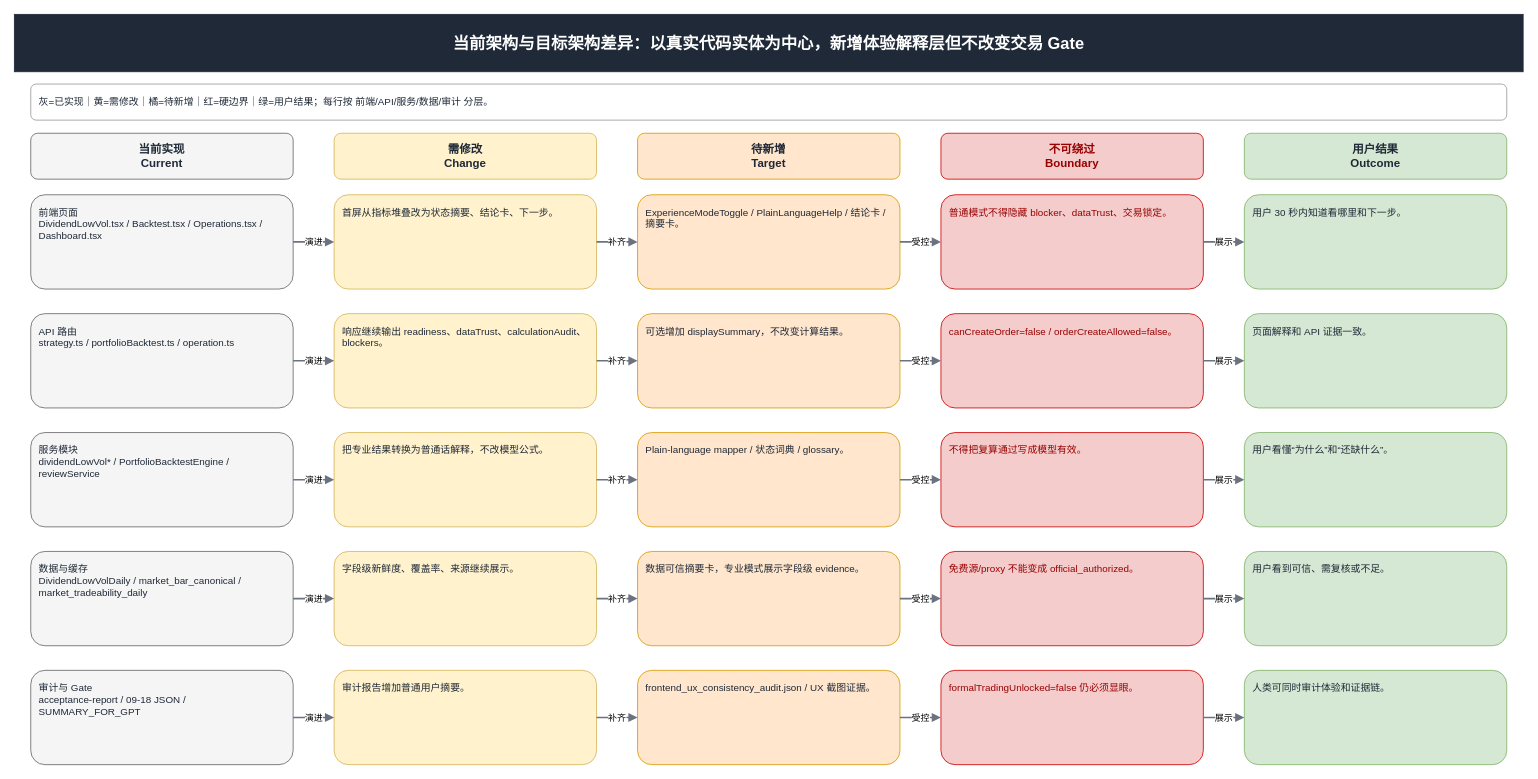
Above: page "02 当前架构与目标架构差异" (2 of 8) of docs/target-architecture-gap.drawio in ljx418/FAMS (draw.io), before the change. Source tidied: cells renumbered, new cells numbered last; positions are measured from the earlier drawing's top-left corner, leaving out a move shared by most shapes. Both pictures are drawn from the tidied source at 82%, with x=0, y=0 at pixel (14, 14).
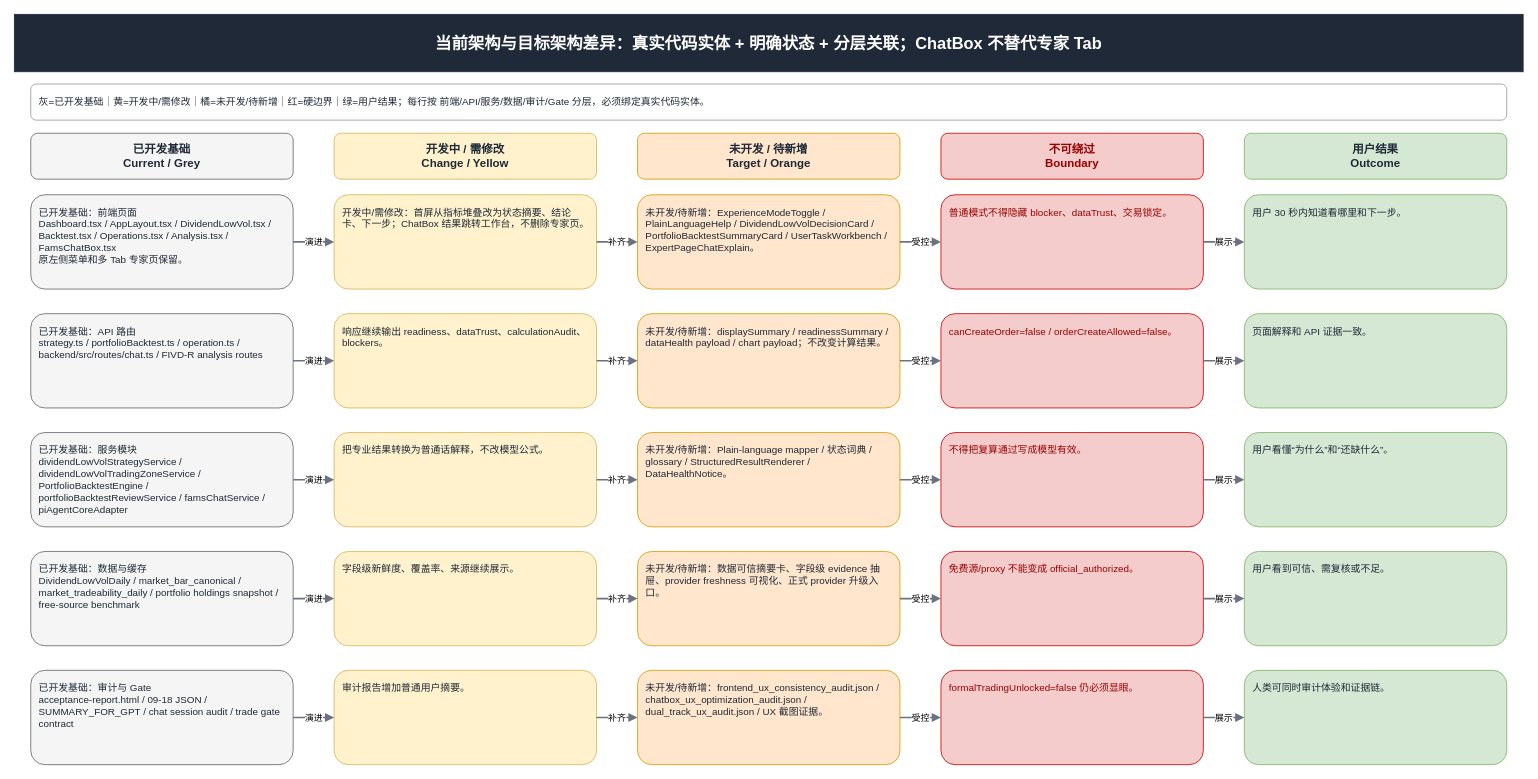
Above is the later version.

Change to the diagram source:
```diff
@@
-    <mxCell id="2" value="当前架构与目标架构差异：以真实代码实体为中心，新增体验解释层但不改变交易 Gate" style="rounded=0;whiteSpace=wrap;html=1;fillColor=#1f2937;strokeColor=#1f2937;fontColor=#ffffff;fontStyle=1;fontSize=20;align=center;verticalAlign=middle;" parent="1" vertex="1">
+    <mxCell id="2" value="当前架构与目标架构差异：真实代码实体 + 明确状态 + 分层关联；ChatBox 不替代专家 Tab" style="rounded=0;whiteSpace=wrap;html=1;fillColor=#1f2937;strokeColor=#1f2937;fontColor=#ffffff;fontStyle=1;fontSize=20;align=center;verticalAlign=middle;" parent="1" vertex="1">
       <mxGeometry width="1840" height="70" as="geometry" />
     </mxCell>
-    <mxCell id="3" value="灰=已实现｜黄=需修改｜橘=待新增｜红=硬边界｜绿=用户结果；每行按 前端/API/服务/数据/审计 分层。" style="rounded=1;whiteSpace=wrap;html=1;spacing=10;fontSize=12;align=left;verticalAlign=top;fillColor=#ffffff;strokeColor=#999999;fontColor=#1f2937;" parent="1" vertex="1">
+    <mxCell id="3" value="灰=已开发基础｜黄=开发中/需修改｜橘=未开发/待新增｜红=硬边界｜绿=用户结果；每行按 前端/API/服务/数据/审计/Gate 分层，必须绑定真实代码实体。" style="rounded=1;whiteSpace=wrap;html=1;spacing=10;fontSize=12;align=left;verticalAlign=top;fillColor=#ffffff;strokeColor=#999999;fontColor=#1f2937;" parent="1" vertex="1">
       <mxGeometry x="20" y="85" width="1800" height="44" as="geometry" />
     </mxCell>
-    <mxCell id="4" value="当前实现&#10;Current" style="rounded=1;whiteSpace=wrap;html=1;spacing=8;fontSize=14;fontStyle=1;align=center;verticalAlign=middle;fillColor=#f5f5f5;strokeColor=#666666;fontColor=#1f2937;" parent="1" vertex="1">
+    <mxCell id="4" value="已开发基础&#10;Current / Grey" style="rounded=1;whiteSpace=wrap;html=1;spacing=8;fontSize=14;fontStyle=1;align=center;verticalAlign=middle;fillColor=#f5f5f5;strokeColor=#666666;fontColor=#1f2937;" parent="1" vertex="1">
       <mxGeometry x="20" y="145" width="320" height="56" as="geometry" />
     </mxCell>
-    <mxCell id="5" value="需修改&#10;Change" style="rounded=1;whiteSpace=wrap;html=1;spacing=8;fontSize=14;fontStyle=1;align=center;verticalAlign=middle;fillColor=#fff2cc;strokeColor=#d6b656;fontColor=#1f2937;" parent="1" vertex="1">
+    <mxCell id="5" value="开发中 / 需修改&#10;Change / Yellow" style="rounded=1;whiteSpace=wrap;html=1;spacing=8;fontSize=14;fontStyle=1;align=center;verticalAlign=middle;fillColor=#fff2cc;strokeColor=#d6b656;fontColor=#1f2937;" parent="1" vertex="1">
       <mxGeometry x="390" y="145" width="320" height="56" as="geometry" />
     </mxCell>
-    <mxCell id="6" value="待新增&#10;Target" style="rounded=1;whiteSpace=wrap;html=1;spacing=8;fontSize=14;fontStyle=1;align=center;verticalAlign=middle;fillColor=#ffe6cc;strokeColor=#d79b00;fontColor=#1f2937;" parent="1" vertex="1">
+    <mxCell id="6" value="未开发 / 待新增&#10;Target / Orange" style="rounded=1;whiteSpace=wrap;html=1;spacing=8;fontSize=14;fontStyle=1;align=center;verticalAlign=middle;fillColor=#ffe6cc;strokeColor=#d79b00;fontColor=#1f2937;" parent="1" vertex="1">
       <mxGeometry x="760" y="145" width="320" height="56" as="geometry" />
     </mxCell>
@@
-    <mxCell id="9" value="前端页面&#10;DividendLowVol.tsx / Backtest.tsx / Operations.tsx / Dashboard.tsx" style="rounded=1;whiteSpace=wrap;html=1;spacing=10;fontSize=12;align=left;verticalAlign=top;fillColor=#f5f5f5;strokeColor=#666666;fontColor=#1f2937;" parent="1" vertex="1">
+    <mxCell id="9" value="已开发基础：前端页面&#10;Dashboard.tsx / AppLayout.tsx / DividendLowVol.tsx / Backtest.tsx / Operations.tsx / Analysis.tsx / FamsChatBox.tsx&#10;原左侧菜单和多 Tab 专家页保留。" style="rounded=1;whiteSpace=wrap;html=1;spacing=10;fontSize=12;align=left;verticalAlign=top;fillColor=#f5f5f5;strokeColor=#666666;fontColor=#1f2937;" parent="1" vertex="1">
       <mxGeometry x="20" y="220" width="320" height="115" as="geometry" />
     </mxCell>
-    <mxCell id="10" value="首屏从指标堆叠改为状态摘要、结论卡、下一步。" style="rounded=1;whiteSpace=wrap;html=1;spacing=10;fontSize=12;align=left;verticalAlign=top;fillColor=#fff2cc;strokeColor=#d6b656;fontColor=#1f2937;" parent="1" vertex="1">
+    <mxCell id="10" value="开发中/需修改：首屏从指标堆叠改为状态摘要、结论卡、下一步；ChatBox 结果跳转工作台，不删除专家页。" style="rounded=1;whiteSpace=wrap;html=1;spacing=10;fontSize=12;align=left;verticalAlign=top;fillColor=#fff2cc;strokeColor=#d6b656;fontColor=#1f2937;" parent="1" vertex="1">
       <mxGeometry x="390" y="220" width="320" height="115" as="geometry" />
     </mxCell>
-    <mxCell id="11" value="ExperienceModeToggle / PlainLanguageHelp / 结论卡 / 摘要卡。" style="rounded=1;whiteSpace=wrap;html=1;spacing=10;fontSize=12;align=left;verticalAlign=top;fillColor=#ffe6cc;strokeColor=#d79b00;fontColor=#1f2937;" parent="1" vertex="1">
+    <mxCell id="11" value="未开发/待新增：ExperienceModeToggle / PlainLanguageHelp / DividendLowVolDecisionCard / PortfolioBacktestSummaryCard / UserTaskWorkbench / ExpertPageChatExplain。" style="rounded=1;whiteSpace=wrap;html=1;spacing=10;fontSize=12;align=left;verticalAlign=top;fillColor=#ffe6cc;strokeColor=#d79b00;fontColor=#1f2937;" parent="1" vertex="1">
       <mxGeometry x="760" y="220" width="320" height="115" as="geometry" />
     </mxCell>
@@
-    <mxCell id="14" value="API 路由&#10;strategy.ts / portfolioBacktest.ts / operation.ts" style="rounded=1;whiteSpace=wrap;html=1;spacing=10;fontSize=12;align=left;verticalAlign=top;fillColor=#f5f5f5;strokeColor=#666666;fontColor=#1f2937;" parent="1" vertex="1">
+    <mxCell id="14" value="已开发基础：API 路由&#10;strategy.ts / portfolioBacktest.ts / operation.ts / backend/src/routes/chat.ts / FIVD-R analysis routes" style="rounded=1;whiteSpace=wrap;html=1;spacing=10;fontSize=12;align=left;verticalAlign=top;fillColor=#f5f5f5;strokeColor=#666666;fontColor=#1f2937;" parent="1" vertex="1">
       <mxGeometry x="20" y="365" width="320" height="115" as="geometry" />
     </mxCell>
@@
-    <mxCell id="16" value="可选增加 displaySummary，不改变计算结果。" style="rounded=1;whiteSpace=wrap;html=1;spacing=10;fontSize=12;align=left;verticalAlign=top;fillColor=#ffe6cc;strokeColor=#d79b00;fontColor=#1f2937;" parent="1" vertex="1">
+    <mxCell id="16" value="未开发/待新增：displaySummary / readinessSummary / dataHealth payload / chart payload；不改变计算结果。" style="rounded=1;whiteSpace=wrap;html=1;spacing=10;fontSize=12;align=left;verticalAlign=top;fillColor=#ffe6cc;strokeColor=#d79b00;fontColor=#1f2937;" parent="1" vertex="1">
       <mxGeometry x="760" y="365" width="320" height="115" as="geometry" />
     </mxCell>
@@
-    <mxCell id="19" value="服务模块&#10;dividendLowVol* / PortfolioBacktestEngine / reviewService" style="rounded=1;whiteSpace=wrap;html=1;spacing=10;fontSize=12;align=left;verticalAlign=top;fillColor=#f5f5f5;strokeColor=#666666;fontColor=#1f2937;" parent="1" vertex="1">
+    <mxCell id="19" value="已开发基础：服务模块&#10;dividendLowVolStrategyService / dividendLowVolTradingZoneService / PortfolioBacktestEngine / portfolioBacktestReviewService / famsChatService / piAgentCoreAdapter" style="rounded=1;whiteSpace=wrap;html=1;spacing=10;fontSize=12;align=left;verticalAlign=top;fillColor=#f5f5f5;strokeColor=#666666;fontColor=#1f2937;" parent="1" vertex="1">
       <mxGeometry x="20" y="510" width="320" height="115" as="geometry" />
     </mxCell>
@@
-    <mxCell id="21" value="Plain-language mapper / 状态词典 / glossary。" style="rounded=1;whiteSpace=wrap;html=1;spacing=10;fontSize=12;align=left;verticalAlign=top;fillColor=#ffe6cc;strokeColor=#d79b00;fontColor=#1f2937;" parent="1" vertex="1">
+    <mxCell id="21" value="未开发/待新增：Plain-language mapper / 状态词典 / glossary / StructuredResultRenderer / DataHealthNotice。" style="rounded=1;whiteSpace=wrap;html=1;spacing=10;fontSize=12;align=left;verticalAlign=top;fillColor=#ffe6cc;strokeColor=#d79b00;fontColor=#1f2937;" parent="1" vertex="1">
       <mxGeometry x="760" y="510" width="320" height="115" as="geometry" />
     </mxCell>
@@
-    <mxCell id="24" value="数据与缓存&#10;DividendLowVolDaily / market_bar_canonical / market_tradeability_daily" style="rounded=1;whiteSpace=wrap;html=1;spacing=10;fontSize=12;align=left;verticalAlign=top;fillColor=#f5f5f5;strokeColor=#666666;fontColor=#1f2937;" parent="1" vertex="1">
+    <mxCell id="24" value="已开发基础：数据与缓存&#10;DividendLowVolDaily / market_bar_canonical / market_tradeability_daily / portfolio holdings snapshot / free-source benchmark" style="rounded=1;whiteSpace=wrap;html=1;spacing=10;fontSize=12;align=left;verticalAlign=top;fillColor=#f5f5f5;strokeColor=#666666;fontColor=#1f2937;" parent="1" vertex="1">
       <mxGeometry x="20" y="655" width="320" height="115" as="geometry" />
     </mxCell>
@@
-    <mxCell id="26" value="数据可信摘要卡，专业模式展示字段级 evidence。" style="rounded=1;whiteSpace=wrap;html=1;spacing=10;fontSize=12;align=left;verticalAlign=top;fillColor=#ffe6cc;strokeColor=#d79b00;fontColor=#1f2937;" parent="1" vertex="1">
+    <mxCell id="26" value="未开发/待新增：数据可信摘要卡、字段级 evidence 抽屉、provider freshness 可视化、正式 provider 升级入口。" style="rounded=1;whiteSpace=wrap;html=1;spacing=10;fontSize=12;align=left;verticalAlign=top;fillColor=#ffe6cc;strokeColor=#d79b00;fontColor=#1f2937;" parent="1" vertex="1">
       <mxGeometry x="760" y="655" width="320" height="115" as="geometry" />
     </mxCell>
@@
-    <mxCell id="29" value="审计与 Gate&#10;acceptance-report / 09-18 JSON / SUMMARY_FOR_GPT" style="rounded=1;whiteSpace=wrap;html=1;spacing=10;fontSize=12;align=left;verticalAlign=top;fillColor=#f5f5f5;strokeColor=#666666;fontColor=#1f2937;" parent="1" vertex="1">
+    <mxCell id="29" value="已开发基础：审计与 Gate&#10;acceptance-report.html / 09-18 JSON / SUMMARY_FOR_GPT / chat session audit / trade gate contract" style="rounded=1;whiteSpace=wrap;html=1;spacing=10;fontSize=12;align=left;verticalAlign=top;fillColor=#f5f5f5;strokeColor=#666666;fontColor=#1f2937;" parent="1" vertex="1">
       <mxGeometry x="20" y="800" width="320" height="115" as="geometry" />
     </mxCell>
@@
-    <mxCell id="31" value="frontend_ux_consistency_audit.json / UX 截图证据。" style="rounded=1;whiteSpace=wrap;html=1;spacing=10;fontSize=12;align=left;verticalAlign=top;fillColor=#ffe6cc;strokeColor=#d79b00;fontColor=#1f2937;" parent="1" vertex="1">
+    <mxCell id="31" value="未开发/待新增：frontend_ux_consistency_audit.json / chatbox_ux_optimization_audit.json / dual_track_ux_audit.json / UX 截图证据。" style="rounded=1;whiteSpace=wrap;html=1;spacing=10;fontSize=12;align=left;verticalAlign=top;fillColor=#ffe6cc;strokeColor=#d79b00;fontColor=#1f2937;" parent="1" vertex="1">
       <mxGeometry x="760" y="800" width="320" height="115" as="geometry" />
     </mxCell>
```
